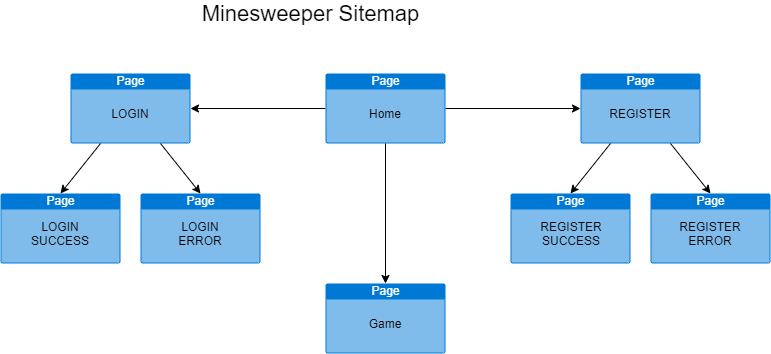
Earlier version of the draw.io export Planning and Design/Sitemap/Sitemap.png (darthxvaderxd/CST-247-Project). Source tidied: cells renumbered, new cells last; positions are measured from the earlier drawing's top-left corner, leaving out a move shared by most shapes.
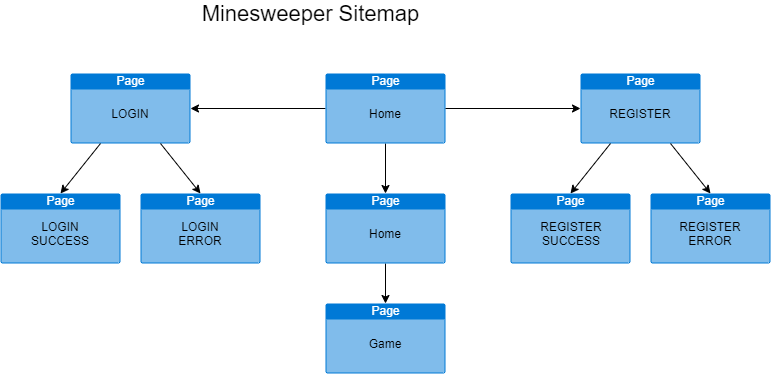
After the commit.

Change to the diagram source:
```diff
@@ -53,6 +53,9 @@
     <mxCell id="18" style="endArrow=classic;html=1;entryX=0.5;entryY=0;entryDx=0;entryDy=0;entryPerimeter=0;exitX=0.25;exitY=1;exitDx=0;exitDy=0;exitPerimeter=0;" parent="1" edge="1" source="4" target="11">
       <mxGeometry relative="1" as="geometry" />
     </mxCell>
+    <mxCell id="26" style="edgeStyle=orthogonalEdgeStyle;rounded=0;jettySize=auto;html=1;" parent="1" edge="1" source="19" target="28">
+      <mxGeometry relative="1" as="geometry" />
+    </mxCell>
     <mxCell id="19" value="Page" style="html=1;strokeColor=none;fillColor=#0079D6;labelPosition=center;verticalLabelPosition=middle;verticalAlign=top;align=center;fontSize=12;outlineConnect=0;spacingTop=-6;fontColor=#FFFFFF;shape=mxgraph.sitemap.page;" parent="1" vertex="1">
       <mxGeometry x="325" y="70" width="120" height="70" as="geometry" />
     </mxCell>
@@ -66,13 +69,19 @@
       <mxGeometry relative="1" as="geometry" />
     </mxCell>
     <mxCell id="23" value="Page" style="html=1;strokeColor=none;fillColor=#0079D6;labelPosition=center;verticalLabelPosition=middle;verticalAlign=top;align=center;fontSize=12;outlineConnect=0;spacingTop=-6;fontColor=#FFFFFF;shape=mxgraph.sitemap.page;" parent="1" vertex="1">
-      <mxGeometry x="325" y="280" width="120" height="70" as="geometry" />
+      <mxGeometry x="325" y="300" width="120" height="70" as="geometry" />
     </mxCell>
     <mxCell id="24" value="Game" style="text;html=1;strokeColor=none;fillColor=none;align=center;verticalAlign=middle;whiteSpace=wrap;rounded=0;" parent="1" vertex="1">
-      <mxGeometry x="365" y="310" width="40" height="20" as="geometry" />
+      <mxGeometry x="365" y="330" width="40" height="20" as="geometry" />
     </mxCell>
-    <mxCell id="25" style="endArrow=classic;html=1;exitX=0.5;exitY=1;exitDx=0;exitDy=0;exitPerimeter=0;entryX=0.5;entryY=0;entryDx=0;entryDy=0;entryPerimeter=0;" parent="1" edge="1" source="19" target="23">
-      <mxGeometry relative="1" as="geometry" />
-    </mxCell>
+    <mxCell id="27" style="edgeStyle=orthogonalEdgeStyle;rounded=0;jettySize=auto;html=1;entryX=0.5;entryY=0;entryDx=0;entryDy=0;entryPerimeter=0;" parent="1" edge="1" source="28" target="23">
+      <mxGeometry relative="1" as="geometry" />
+    </mxCell>
+    <mxCell id="28" value="Page" style="html=1;strokeColor=none;fillColor=#0079D6;labelPosition=center;verticalLabelPosition=middle;verticalAlign=top;align=center;fontSize=12;outlineConnect=0;spacingTop=-6;fontColor=#FFFFFF;shape=mxgraph.sitemap.page;" parent="1" vertex="1">
+      <mxGeometry x="325" y="190" width="120" height="70" as="geometry" />
+    </mxCell>
+    <mxCell id="29" value="Home" style="text;html=1;strokeColor=none;fillColor=none;align=center;verticalAlign=middle;whiteSpace=wrap;rounded=0;" parent="1" vertex="1">
+      <mxGeometry x="365" y="220" width="40" height="20" as="geometry" />
+    </mxCell>
   </root>
 </mxGraphModel>
```
